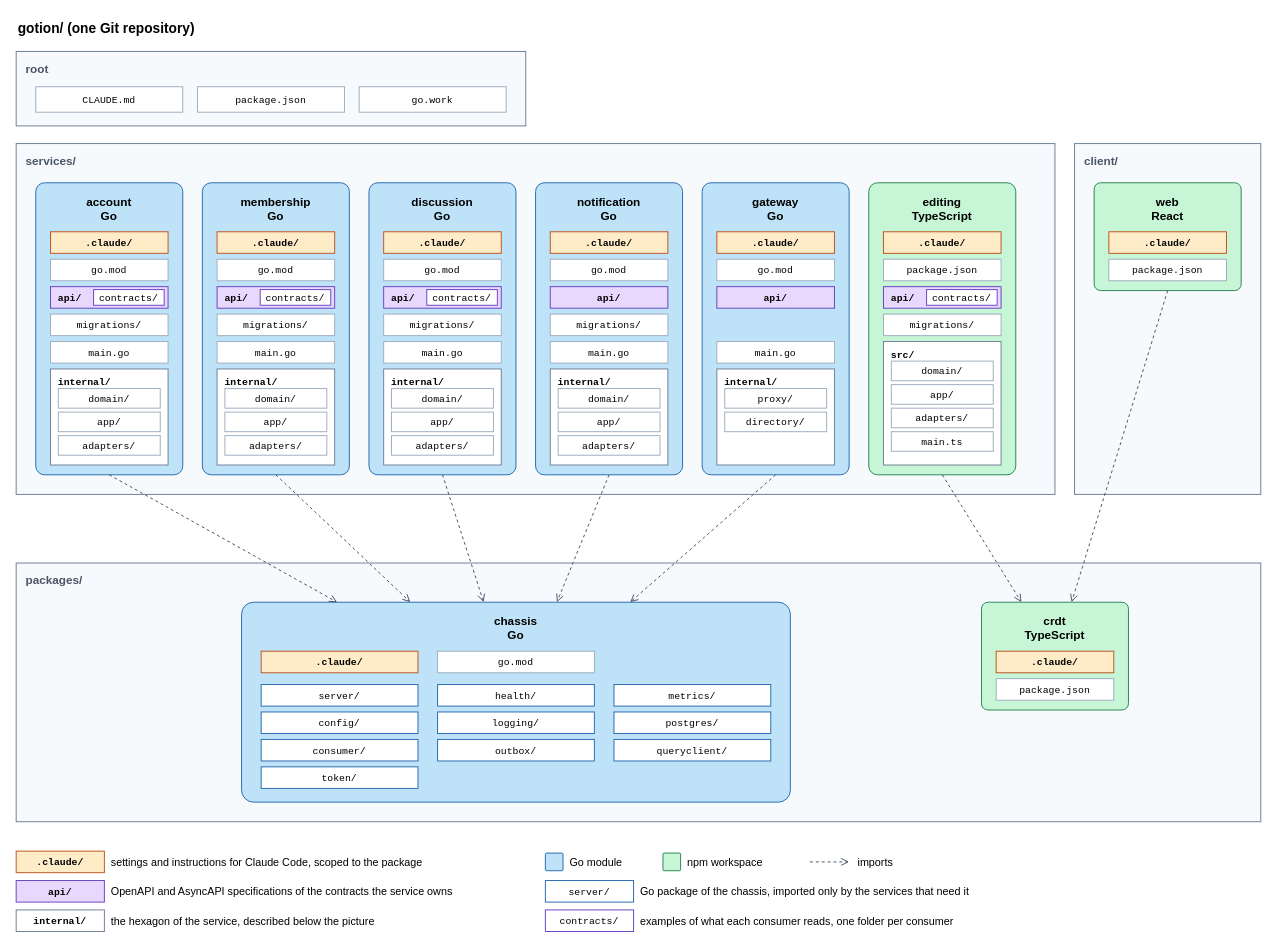
Bending-Forks/gotion keeps this draw.io diagram as docs/assets/devops/monorepo.drawio. Above is the earlier version. Source tidied: cells renumbered, new cells numbered last; positions are measured from the earlier drawing's top-left corner, leaving out a move shared by most shapes. Both pictures are drawn from the tidied source at 98%, with x=0, y=0 at pixel (16, 16).
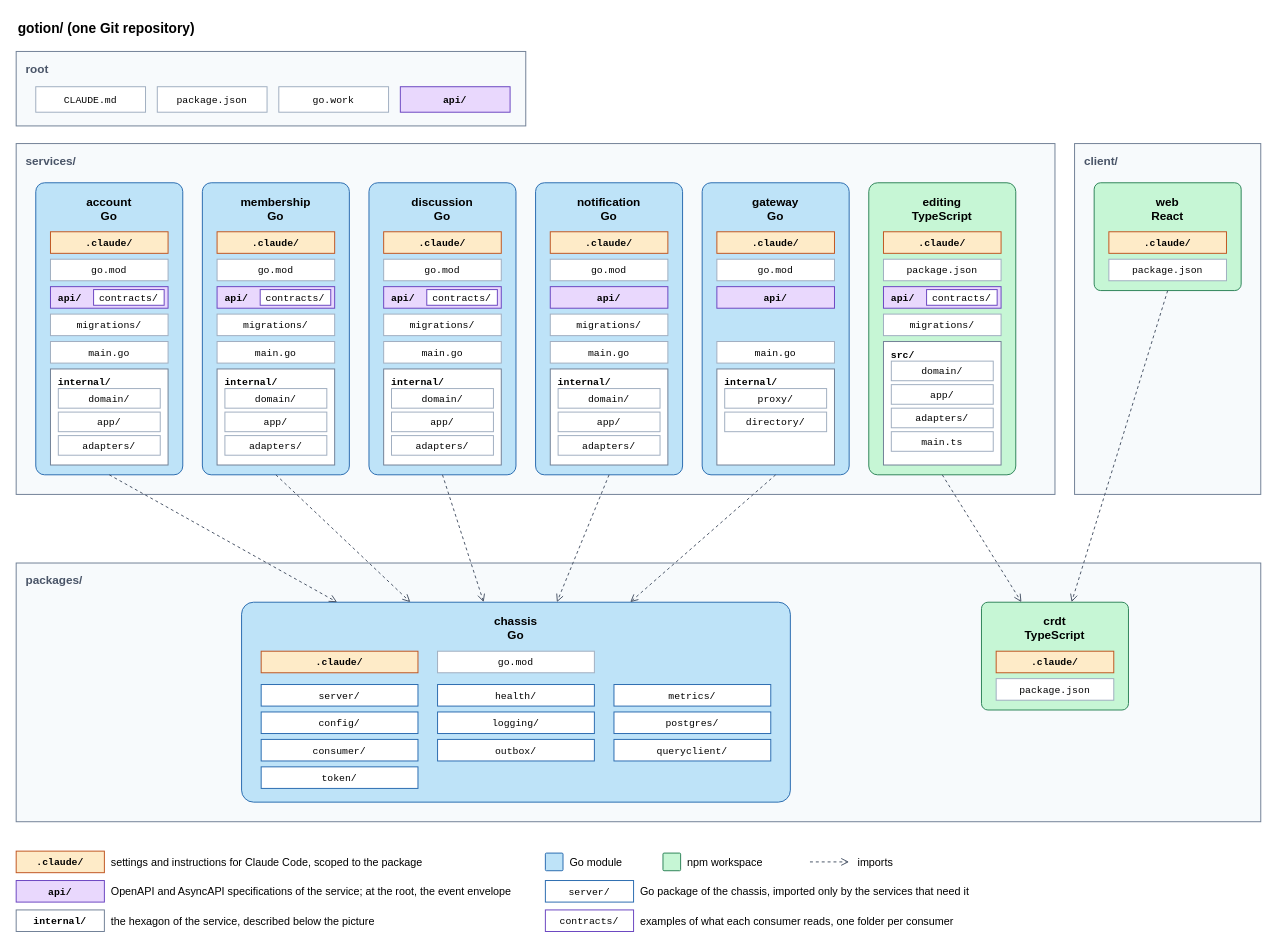
The same page after the edit.

Commit message (it also covers changes not shown here):
feat(api): add the event envelope and the layout of api/

Change to the diagram source:
```diff
@@
     <mxCell id="4" value="CLAUDE.md" style="rounded=0;fillColor=#ffffff;strokeColor=#a0aec0;fontSize=10;fontFamily=Courier New;html=0;" parent="1" vertex="1">
-      <mxGeometry x="20" y="72" width="150" height="26" as="geometry" />
+      <mxGeometry x="20" y="72" width="112" height="26" as="geometry" />
     </mxCell>
     <mxCell id="5" value="package.json" style="rounded=0;fillColor=#ffffff;strokeColor=#a0aec0;fontSize=10;fontFamily=Courier New;html=0;" parent="1" vertex="1">
-      <mxGeometry x="185" y="72" width="150" height="26" as="geometry" />
+      <mxGeometry x="144" y="72" width="112" height="26" as="geometry" />
     </mxCell>
     <mxCell id="6" value="go.work" style="rounded=0;fillColor=#ffffff;strokeColor=#a0aec0;fontSize=10;fontFamily=Courier New;html=0;" parent="1" vertex="1">
-      <mxGeometry x="350" y="72" width="150" height="26" as="geometry" />
+      <mxGeometry x="268" y="72" width="112" height="26" as="geometry" />
     </mxCell>
+    <mxCell id="114" value="api/" style="rounded=0;fillColor=#e9d8fd;strokeColor=#6b46c1;fontSize=10;fontStyle=1;fontFamily=Courier New;html=0;" parent="1" vertex="1">
+      <mxGeometry x="392" y="72" width="112" height="26" as="geometry" />
+    </mxCell>
@@
-    <mxCell id="107" value="OpenAPI and AsyncAPI specifications of the contracts the service owns" style="text;align=left;verticalAlign=middle;fontSize=11;html=0;" parent="1" vertex="1">
-      <mxGeometry x="95" y="882" width="420" height="22" as="geometry" />
+    <mxCell id="107" value="OpenAPI and AsyncAPI specifications of the service; at the root, the event envelope" style="text;align=left;verticalAlign=middle;fontSize=11;html=0;" parent="1" vertex="1">
+      <mxGeometry x="95" y="882" width="480" height="22" as="geometry" />
     </mxCell>
```
